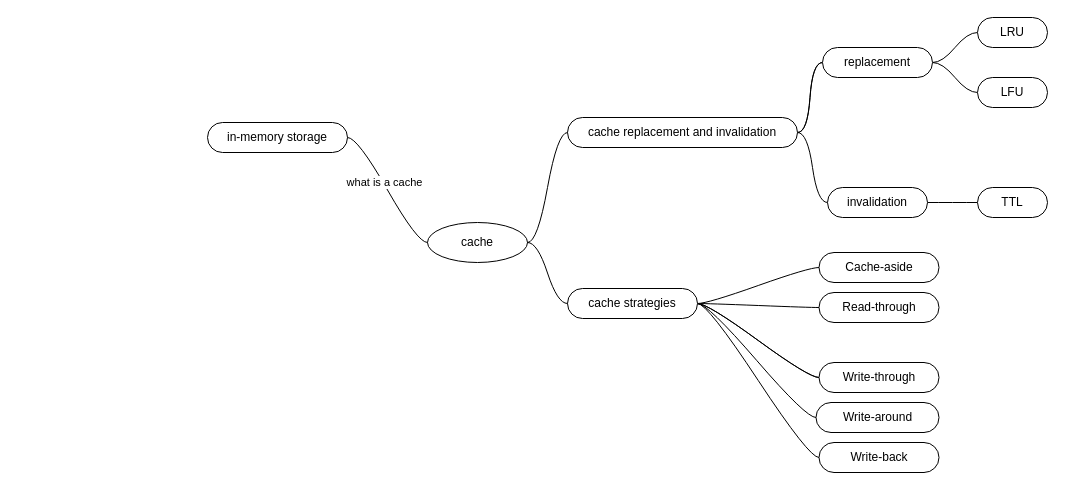
sameermeher/mindmaps keeps this draw.io diagram as Caching Concepts.drawio. Above is the earlier version. Source tidied: cells renumbered, new cells numbered last; positions are measured from the earlier drawing's top-left corner, leaving out a move shared by most shapes. Both pictures are drawn from the tidied source at 100%, with x=0, y=0 at pixel (207, 17).
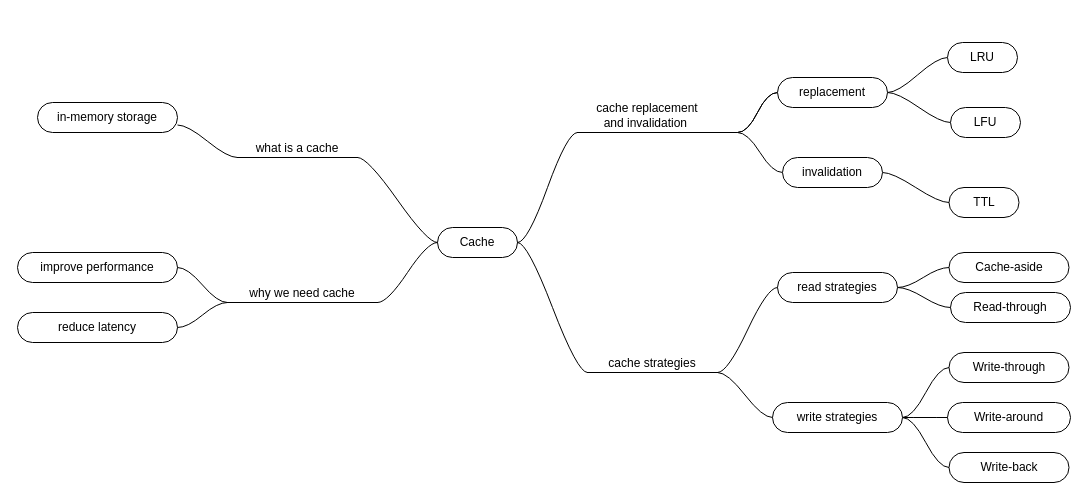
The same diagram, later.

Change to the diagram source:
```diff
@@
     <mxCell id="2" value="in-memory storage" style="whiteSpace=wrap;html=1;rounded=1;arcSize=50;align=center;verticalAlign=middle;strokeWidth=1;spacing=4;newEdgeStyle={&quot;edgeStyle&quot;:&quot;entityRelationEdgeStyle&quot;,&quot;startArrow&quot;:&quot;none&quot;,&quot;endArrow&quot;:&quot;none&quot;,&quot;segment&quot;:10,&quot;curved&quot;:1,&quot;sourcePerimeterSpacing&quot;:0,&quot;targetPerimeterSpacing&quot;:0};" parent="1" vertex="1">
-      <mxGeometry y="105" width="140" height="30" as="geometry" />
+      <mxGeometry x="-170" y="85" width="140" height="30" as="geometry" />
     </mxCell>
     <mxCell id="3" style="swimlane;startSize=20;horizontal=1;containerType=tree;strokeColor=none;fillColor=default;" parent="1" vertex="1">
-      <mxGeometry x="60" y="145" width="420" height="126" as="geometry" />
+      <mxGeometry x="60" y="145" width="470" height="210" as="geometry" />
     </mxCell>
+    <mxCell id="33" style="edgeStyle=entityRelationEdgeStyle;rounded=0;jettySize=auto;html=1;startArrow=none;endArrow=none;segment=10;curved=1;sourcePerimeterSpacing=0;targetPerimeterSpacing=0;entryX=1;entryY=1;entryDx=0;entryDy=0;" parent="3" edge="1" source="4" target="34">
+      <mxGeometry relative="1" as="geometry" />
+    </mxCell>
-    <mxCell id="4" value="cache" style="ellipse;whiteSpace=wrap;html=1;align=center;newEdgeStyle={&quot;edgeStyle&quot;:&quot;entityRelationEdgeStyle&quot;,&quot;startArrow&quot;:&quot;none&quot;,&quot;endArrow&quot;:&quot;none&quot;,&quot;segment&quot;:10,&quot;curved&quot;:1,&quot;sourcePerimeterSpacing&quot;:0,&quot;targetPerimeterSpacing&quot;:0};shadow=0;noLabel=0;" parent="3" vertex="1">
-      <mxGeometry x="160" y="60" width="100" height="40" as="geometry" />
+    <mxCell id="4" value="Cache" style="whiteSpace=wrap;html=1;rounded=1;arcSize=50;align=center;verticalAlign=middle;strokeWidth=1;spacing=4;newEdgeStyle={&quot;edgeStyle&quot;:&quot;entityRelationEdgeStyle&quot;,&quot;startArrow&quot;:&quot;none&quot;,&quot;endArrow&quot;:&quot;none&quot;,&quot;segment&quot;:10,&quot;curved&quot;:1,&quot;sourcePerimeterSpacing&quot;:0,&quot;targetPerimeterSpacing&quot;:0};" parent="3" vertex="1">
+      <mxGeometry x="170" y="65" width="80" height="30" as="geometry" />
     </mxCell>
-    <mxCell id="5" style="edgeStyle=entityRelationEdgeStyle;startArrow=none;endArrow=none;segment=10;curved=1;sourcePerimeterSpacing=0;targetPerimeterSpacing=0;rounded=0;" parent="1" edge="1" source="4" target="2">
-      <mxGeometry relative="1" as="geometry" />
-    </mxCell>
-    <mxCell id="6" value="what is a cache" style="edgeLabel;html=1;align=center;verticalAlign=middle;points=[];" parent="5" vertex="1">
-      <mxGeometry x="0.12" y="-1" relative="1" as="geometry" />
-    </mxCell>
+    <mxCell id="26" value="cache strategies" style="whiteSpace=wrap;html=1;shape=partialRectangle;top=0;left=0;bottom=1;right=0;points=[[0,1],[1,1]];fillColor=none;align=center;verticalAlign=bottom;routingCenterY=0.5;snapToPoint=1;newEdgeStyle={&quot;edgeStyle&quot;:&quot;entityRelationEdgeStyle&quot;,&quot;startArrow&quot;:&quot;none&quot;,&quot;endArrow&quot;:&quot;none&quot;,&quot;segment&quot;:10,&quot;curved&quot;:1,&quot;sourcePerimeterSpacing&quot;:0,&quot;targetPerimeterSpacing&quot;:0};" parent="3" vertex="1">
+      <mxGeometry x="320" y="180" width="130" height="30" as="geometry" />
+    </mxCell>
+    <mxCell id="27" style="edgeStyle=entityRelationEdgeStyle;rounded=0;jettySize=auto;html=1;startArrow=none;endArrow=none;segment=10;curved=1;sourcePerimeterSpacing=0;targetPerimeterSpacing=0;entryX=0;entryY=1;entryDx=0;entryDy=0;" parent="3" edge="1" source="4" target="26">
+      <mxGeometry relative="1" as="geometry" />
+    </mxCell>
+    <mxCell id="34" value="why we need cache" style="whiteSpace=wrap;html=1;shape=partialRectangle;top=0;left=0;bottom=1;right=0;points=[[0,1],[1,1]];fillColor=none;align=center;verticalAlign=bottom;routingCenterY=0.5;snapToPoint=1;newEdgeStyle={&quot;edgeStyle&quot;:&quot;entityRelationEdgeStyle&quot;,&quot;startArrow&quot;:&quot;none&quot;,&quot;endArrow&quot;:&quot;none&quot;,&quot;segment&quot;:10,&quot;curved&quot;:1,&quot;sourcePerimeterSpacing&quot;:0,&quot;targetPerimeterSpacing&quot;:0};" parent="3" vertex="1">
+      <mxGeometry x="-40" y="110" width="150" height="30" as="geometry" />
+    </mxCell>
-    <mxCell id="7" style="edgeStyle=entityRelationEdgeStyle;rounded=0;jettySize=auto;html=1;startArrow=none;endArrow=none;segment=10;curved=1;sourcePerimeterSpacing=0;targetPerimeterSpacing=0;" parent="1" edge="1" source="10" target="14">
-      <mxGeometry relative="1" as="geometry" />
+    <mxCell id="7" style="edgeStyle=entityRelationEdgeStyle;rounded=0;jettySize=auto;html=1;startArrow=none;endArrow=none;segment=10;curved=1;sourcePerimeterSpacing=0;targetPerimeterSpacing=0;" parent="1" edge="1" target="14">
+      <mxGeometry relative="1" as="geometry">
+        <mxPoint x="530" y="115" as="sourcePoint" />
+      </mxGeometry>
     </mxCell>
-    <mxCell id="8" style="edgeStyle=entityRelationEdgeStyle;rounded=0;jettySize=auto;html=1;startArrow=none;endArrow=none;segment=10;curved=1;sourcePerimeterSpacing=0;targetPerimeterSpacing=0;" parent="1" edge="1" source="10" target="14">
-      <mxGeometry relative="1" as="geometry" />
+    <mxCell id="8" style="edgeStyle=entityRelationEdgeStyle;rounded=0;jettySize=auto;html=1;startArrow=none;endArrow=none;segment=10;curved=1;sourcePerimeterSpacing=0;targetPerimeterSpacing=0;" parent="1" edge="1" target="14">
+      <mxGeometry relative="1" as="geometry">
+        <mxPoint x="530" y="115" as="sourcePoint" />
+      </mxGeometry>
     </mxCell>
-    <mxCell id="9" style="edgeStyle=entityRelationEdgeStyle;rounded=0;jettySize=auto;html=1;startArrow=none;endArrow=none;segment=10;curved=1;sourcePerimeterSpacing=0;targetPerimeterSpacing=0;" parent="1" edge="1" source="10" target="16">
-      <mxGeometry relative="1" as="geometry" />
+    <mxCell id="9" style="edgeStyle=entityRelationEdgeStyle;rounded=0;jettySize=auto;html=1;startArrow=none;endArrow=none;segment=10;curved=1;sourcePerimeterSpacing=0;targetPerimeterSpacing=0;" parent="1" edge="1" target="16">
+      <mxGeometry relative="1" as="geometry">
+        <mxPoint x="530" y="115" as="sourcePoint" />
+      </mxGeometry>
     </mxCell>
-    <mxCell id="10" value="cache replacement and invalidation" style="whiteSpace=wrap;html=1;rounded=1;arcSize=50;align=center;verticalAlign=middle;strokeWidth=1;spacing=4;newEdgeStyle={&quot;edgeStyle&quot;:&quot;entityRelationEdgeStyle&quot;,&quot;startArrow&quot;:&quot;none&quot;,&quot;endArrow&quot;:&quot;none&quot;,&quot;segment&quot;:10,&quot;curved&quot;:1,&quot;sourcePerimeterSpacing&quot;:0,&quot;targetPerimeterSpacing&quot;:0};" parent="1" vertex="1">
-      <mxGeometry x="360" y="100" width="230" height="30" as="geometry" />
-    </mxCell>
-    <mxCell id="11" style="edgeStyle=entityRelationEdgeStyle;startArrow=none;endArrow=none;segment=10;curved=1;sourcePerimeterSpacing=0;targetPerimeterSpacing=0;rounded=0;" parent="1" edge="1" source="4" target="10">
-      <mxGeometry relative="1" as="geometry" />
-    </mxCell>
@@
     <mxCell id="14" value="replacement" style="whiteSpace=wrap;html=1;rounded=1;arcSize=50;align=center;verticalAlign=middle;strokeWidth=1;spacing=4;newEdgeStyle={&quot;edgeStyle&quot;:&quot;entityRelationEdgeStyle&quot;,&quot;startArrow&quot;:&quot;none&quot;,&quot;endArrow&quot;:&quot;none&quot;,&quot;segment&quot;:10,&quot;curved&quot;:1,&quot;sourcePerimeterSpacing&quot;:0,&quot;targetPerimeterSpacing&quot;:0};" parent="1" vertex="1">
-      <mxGeometry x="615" y="30" width="110" height="30" as="geometry" />
+      <mxGeometry x="570" y="60" width="110" height="30" as="geometry" />
     </mxCell>
@@
     <mxCell id="16" value="invalidation" style="whiteSpace=wrap;html=1;rounded=1;arcSize=50;align=center;verticalAlign=middle;strokeWidth=1;spacing=4;newEdgeStyle={&quot;edgeStyle&quot;:&quot;entityRelationEdgeStyle&quot;,&quot;startArrow&quot;:&quot;none&quot;,&quot;endArrow&quot;:&quot;none&quot;,&quot;segment&quot;:10,&quot;curved&quot;:1,&quot;sourcePerimeterSpacing&quot;:0,&quot;targetPerimeterSpacing&quot;:0};" parent="1" vertex="1">
-      <mxGeometry x="620" y="170" width="100" height="30" as="geometry" />
+      <mxGeometry x="575" y="140" width="100" height="30" as="geometry" />
     </mxCell>
     <mxCell id="17" value="LRU" style="whiteSpace=wrap;html=1;rounded=1;arcSize=50;align=center;verticalAlign=middle;strokeWidth=1;spacing=4;newEdgeStyle={&quot;edgeStyle&quot;:&quot;entityRelationEdgeStyle&quot;,&quot;startArrow&quot;:&quot;none&quot;,&quot;endArrow&quot;:&quot;none&quot;,&quot;segment&quot;:10,&quot;curved&quot;:1,&quot;sourcePerimeterSpacing&quot;:0,&quot;targetPerimeterSpacing&quot;:0};" parent="1" vertex="1">
-      <mxGeometry x="770" width="70" height="30" as="geometry" />
+      <mxGeometry x="740" y="25" width="70" height="30" as="geometry" />
     </mxCell>
     <mxCell id="18" value="LFU" style="whiteSpace=wrap;html=1;rounded=1;arcSize=50;align=center;verticalAlign=middle;strokeWidth=1;spacing=4;newEdgeStyle={&quot;edgeStyle&quot;:&quot;entityRelationEdgeStyle&quot;,&quot;startArrow&quot;:&quot;none&quot;,&quot;endArrow&quot;:&quot;none&quot;,&quot;segment&quot;:10,&quot;curved&quot;:1,&quot;sourcePerimeterSpacing&quot;:0,&quot;targetPerimeterSpacing&quot;:0};" parent="1" vertex="1">
-      <mxGeometry x="770" y="60" width="70" height="30" as="geometry" />
+      <mxGeometry x="743" y="90" width="70" height="30" as="geometry" />
     </mxCell>
     <mxCell id="19" value="TTL" style="whiteSpace=wrap;html=1;rounded=1;arcSize=50;align=center;verticalAlign=middle;strokeWidth=1;spacing=4;newEdgeStyle={&quot;edgeStyle&quot;:&quot;entityRelationEdgeStyle&quot;,&quot;startArrow&quot;:&quot;none&quot;,&quot;endArrow&quot;:&quot;none&quot;,&quot;segment&quot;:10,&quot;curved&quot;:1,&quot;sourcePerimeterSpacing&quot;:0,&quot;targetPerimeterSpacing&quot;:0};" parent="1" vertex="1">
-      <mxGeometry x="770" y="170" width="70" height="30" as="geometry" />
+      <mxGeometry x="741.5" y="170" width="70" height="30" as="geometry" />
     </mxCell>
-    <mxCell id="20" style="edgeStyle=entityRelationEdgeStyle;rounded=0;jettySize=auto;html=1;startArrow=none;endArrow=none;segment=10;curved=1;sourcePerimeterSpacing=0;targetPerimeterSpacing=0;" parent="1" edge="1" source="26" target="28">
-      <mxGeometry relative="1" as="geometry" />
-    </mxCell>
-    <mxCell id="21" style="edgeStyle=entityRelationEdgeStyle;rounded=0;jettySize=auto;html=1;startArrow=none;endArrow=none;segment=10;curved=1;sourcePerimeterSpacing=0;targetPerimeterSpacing=0;" parent="1" edge="1" source="26" target="29">
-      <mxGeometry relative="1" as="geometry" />
-    </mxCell>
-    <mxCell id="22" style="edgeStyle=entityRelationEdgeStyle;rounded=0;jettySize=auto;html=1;startArrow=none;endArrow=none;segment=10;curved=1;sourcePerimeterSpacing=0;targetPerimeterSpacing=0;" parent="1" edge="1" source="26" target="29">
-      <mxGeometry relative="1" as="geometry" />
-    </mxCell>
-    <mxCell id="23" style="edgeStyle=entityRelationEdgeStyle;rounded=0;jettySize=auto;html=1;startArrow=none;endArrow=none;segment=10;curved=1;sourcePerimeterSpacing=0;targetPerimeterSpacing=0;" parent="1" edge="1" source="26" target="30">
-      <mxGeometry relative="1" as="geometry" />
-    </mxCell>
-    <mxCell id="24" style="edgeStyle=entityRelationEdgeStyle;rounded=0;jettySize=auto;html=1;startArrow=none;endArrow=none;segment=10;curved=1;sourcePerimeterSpacing=0;targetPerimeterSpacing=0;" parent="1" edge="1" source="26" target="31">
-      <mxGeometry relative="1" as="geometry" />
-    </mxCell>
-    <mxCell id="25" style="edgeStyle=entityRelationEdgeStyle;rounded=0;jettySize=auto;html=1;startArrow=none;endArrow=none;segment=10;curved=1;sourcePerimeterSpacing=0;targetPerimeterSpacing=0;" parent="1" edge="1" source="26" target="32">
-      <mxGeometry relative="1" as="geometry" />
-    </mxCell>
-    <mxCell id="26" value="cache strategies" style="whiteSpace=wrap;html=1;rounded=1;arcSize=50;align=center;verticalAlign=middle;strokeWidth=1;spacing=4;newEdgeStyle={&quot;edgeStyle&quot;:&quot;entityRelationEdgeStyle&quot;,&quot;startArrow&quot;:&quot;none&quot;,&quot;endArrow&quot;:&quot;none&quot;,&quot;segment&quot;:10,&quot;curved&quot;:1,&quot;sourcePerimeterSpacing&quot;:0,&quot;targetPerimeterSpacing&quot;:0};" parent="1" vertex="1">
-      <mxGeometry x="360" y="271" width="130" height="30" as="geometry" />
-    </mxCell>
-    <mxCell id="27" style="edgeStyle=entityRelationEdgeStyle;rounded=0;jettySize=auto;html=1;startArrow=none;endArrow=none;segment=10;curved=1;sourcePerimeterSpacing=0;targetPerimeterSpacing=0;entryX=0;entryY=0.5;entryDx=0;entryDy=0;" parent="1" edge="1" source="4" target="26">
-      <mxGeometry relative="1" as="geometry" />
-    </mxCell>
     <mxCell id="28" value="Cache-aside" style="whiteSpace=wrap;html=1;rounded=1;arcSize=50;align=center;verticalAlign=middle;strokeWidth=1;spacing=4;newEdgeStyle={&quot;edgeStyle&quot;:&quot;entityRelationEdgeStyle&quot;,&quot;startArrow&quot;:&quot;none&quot;,&quot;endArrow&quot;:&quot;none&quot;,&quot;segment&quot;:10,&quot;curved&quot;:1,&quot;sourcePerimeterSpacing&quot;:0,&quot;targetPerimeterSpacing&quot;:0};" parent="1" vertex="1">
-      <mxGeometry x="611.5" y="235" width="120" height="30" as="geometry" />
+      <mxGeometry x="741.5" y="235" width="120" height="30" as="geometry" />
     </mxCell>
     <mxCell id="29" value="Write-through" style="whiteSpace=wrap;html=1;rounded=1;arcSize=50;align=center;verticalAlign=middle;strokeWidth=1;spacing=4;newEdgeStyle={&quot;edgeStyle&quot;:&quot;entityRelationEdgeStyle&quot;,&quot;startArrow&quot;:&quot;none&quot;,&quot;endArrow&quot;:&quot;none&quot;,&quot;segment&quot;:10,&quot;curved&quot;:1,&quot;sourcePerimeterSpacing&quot;:0,&quot;targetPerimeterSpacing&quot;:0};" parent="1" vertex="1">
-      <mxGeometry x="611.5" y="345" width="120" height="30" as="geometry" />
+      <mxGeometry x="741.5" y="335" width="120" height="30" as="geometry" />
     </mxCell>
     <mxCell id="30" value="Write-around" style="whiteSpace=wrap;html=1;rounded=1;arcSize=50;align=center;verticalAlign=middle;strokeWidth=1;spacing=4;newEdgeStyle={&quot;edgeStyle&quot;:&quot;entityRelationEdgeStyle&quot;,&quot;startArrow&quot;:&quot;none&quot;,&quot;endArrow&quot;:&quot;none&quot;,&quot;segment&quot;:10,&quot;curved&quot;:1,&quot;sourcePerimeterSpacing&quot;:0,&quot;targetPerimeterSpacing&quot;:0};" parent="1" vertex="1">
-      <mxGeometry x="608.5" y="385" width="123" height="30" as="geometry" />
+      <mxGeometry x="740" y="385" width="123" height="30" as="geometry" />
     </mxCell>
     <mxCell id="31" value="Write-back" style="whiteSpace=wrap;html=1;rounded=1;arcSize=50;align=center;verticalAlign=middle;strokeWidth=1;spacing=4;newEdgeStyle={&quot;edgeStyle&quot;:&quot;entityRelationEdgeStyle&quot;,&quot;startArrow&quot;:&quot;none&quot;,&quot;endArrow&quot;:&quot;none&quot;,&quot;segment&quot;:10,&quot;curved&quot;:1,&quot;sourcePerimeterSpacing&quot;:0,&quot;targetPerimeterSpacing&quot;:0};" parent="1" vertex="1">
-      <mxGeometry x="611.5" y="425" width="120" height="30" as="geometry" />
+      <mxGeometry x="741.5" y="435" width="120" height="30" as="geometry" />
     </mxCell>
     <mxCell id="32" value="Read-through" style="whiteSpace=wrap;html=1;rounded=1;arcSize=50;align=center;verticalAlign=middle;strokeWidth=1;spacing=4;newEdgeStyle={&quot;edgeStyle&quot;:&quot;entityRelationEdgeStyle&quot;,&quot;startArrow&quot;:&quot;none&quot;,&quot;endArrow&quot;:&quot;none&quot;,&quot;segment&quot;:10,&quot;curved&quot;:1,&quot;sourcePerimeterSpacing&quot;:0,&quot;targetPerimeterSpacing&quot;:0};" parent="1" vertex="1">
-      <mxGeometry x="611.5" y="275" width="120" height="30" as="geometry" />
+      <mxGeometry x="743" y="275" width="120" height="30" as="geometry" />
     </mxCell>
+    <mxCell id="35" value="improve performance" style="whiteSpace=wrap;html=1;rounded=1;arcSize=50;align=center;verticalAlign=middle;strokeWidth=1;spacing=4;newEdgeStyle={&quot;edgeStyle&quot;:&quot;entityRelationEdgeStyle&quot;,&quot;startArrow&quot;:&quot;none&quot;,&quot;endArrow&quot;:&quot;none&quot;,&quot;segment&quot;:10,&quot;curved&quot;:1,&quot;sourcePerimeterSpacing&quot;:0,&quot;targetPerimeterSpacing&quot;:0};" parent="1" vertex="1">
+      <mxGeometry x="-190" y="235" width="160" height="30" as="geometry" />
+    </mxCell>
+    <mxCell id="36" value="reduce latency" style="whiteSpace=wrap;html=1;rounded=1;arcSize=50;align=center;verticalAlign=middle;strokeWidth=1;spacing=4;newEdgeStyle={&quot;edgeStyle&quot;:&quot;entityRelationEdgeStyle&quot;,&quot;startArrow&quot;:&quot;none&quot;,&quot;endArrow&quot;:&quot;none&quot;,&quot;segment&quot;:10,&quot;curved&quot;:1,&quot;sourcePerimeterSpacing&quot;:0,&quot;targetPerimeterSpacing&quot;:0};" parent="1" vertex="1">
+      <mxGeometry x="-190" y="295" width="160" height="30" as="geometry" />
+    </mxCell>
+    <mxCell id="37" style="edgeStyle=entityRelationEdgeStyle;rounded=0;jettySize=auto;html=1;startArrow=none;endArrow=none;segment=10;curved=1;sourcePerimeterSpacing=0;targetPerimeterSpacing=0;" parent="1" edge="1" source="4" target="6">
+      <mxGeometry relative="1" as="geometry" />
+    </mxCell>
+    <mxCell id="38" style="edgeStyle=entityRelationEdgeStyle;rounded=0;jettySize=auto;html=1;startArrow=none;endArrow=none;segment=10;curved=1;sourcePerimeterSpacing=0;targetPerimeterSpacing=0;exitX=1;exitY=1;exitDx=0;exitDy=0;" parent="1" edge="1" source="10">
+      <mxGeometry relative="1" as="geometry">
+        <mxPoint x="530" y="115" as="targetPoint" />
+      </mxGeometry>
+    </mxCell>
+    <mxCell id="10" value="cache replacement &lt;br&gt;and invalidation&amp;nbsp;" style="whiteSpace=wrap;html=1;shape=partialRectangle;top=0;left=0;bottom=1;right=0;points=[[0,1],[1,1]];fillColor=none;align=center;verticalAlign=bottom;routingCenterY=0.5;snapToPoint=1;newEdgeStyle={&quot;edgeStyle&quot;:&quot;entityRelationEdgeStyle&quot;,&quot;startArrow&quot;:&quot;none&quot;,&quot;endArrow&quot;:&quot;none&quot;,&quot;segment&quot;:10,&quot;curved&quot;:1,&quot;sourcePerimeterSpacing&quot;:0,&quot;targetPerimeterSpacing&quot;:0};" parent="1" vertex="1">
+      <mxGeometry x="370" y="75" width="140" height="40" as="geometry" />
+    </mxCell>
+    <mxCell id="11" style="edgeStyle=entityRelationEdgeStyle;rounded=0;jettySize=auto;html=1;startArrow=none;endArrow=none;segment=10;curved=1;sourcePerimeterSpacing=0;targetPerimeterSpacing=0;entryX=0;entryY=1;entryDx=0;entryDy=0;" parent="1" edge="1" source="4" target="10">
+      <mxGeometry relative="1" as="geometry" />
+    </mxCell>
+    <mxCell id="39" style="edgeStyle=entityRelationEdgeStyle;rounded=0;jettySize=auto;html=1;startArrow=none;endArrow=none;segment=10;curved=1;sourcePerimeterSpacing=0;targetPerimeterSpacing=0;entryX=0;entryY=0.5;entryDx=0;entryDy=0;" parent="1" edge="1" source="41" target="28">
+      <mxGeometry relative="1" as="geometry" />
+    </mxCell>
+    <mxCell id="40" style="edgeStyle=entityRelationEdgeStyle;rounded=0;jettySize=auto;html=1;startArrow=none;endArrow=none;segment=10;curved=1;sourcePerimeterSpacing=0;targetPerimeterSpacing=0;entryX=0;entryY=0.5;entryDx=0;entryDy=0;" parent="1" edge="1" source="41" target="32">
+      <mxGeometry relative="1" as="geometry" />
+    </mxCell>
+    <mxCell id="41" value="read strategies" style="whiteSpace=wrap;html=1;rounded=1;arcSize=50;align=center;verticalAlign=middle;strokeWidth=1;spacing=4;newEdgeStyle={&quot;edgeStyle&quot;:&quot;entityRelationEdgeStyle&quot;,&quot;startArrow&quot;:&quot;none&quot;,&quot;endArrow&quot;:&quot;none&quot;,&quot;segment&quot;:10,&quot;curved&quot;:1,&quot;sourcePerimeterSpacing&quot;:0,&quot;targetPerimeterSpacing&quot;:0};" parent="1" vertex="1">
+      <mxGeometry x="570" y="255" width="120" height="30" as="geometry" />
+    </mxCell>
+    <mxCell id="42" style="edgeStyle=entityRelationEdgeStyle;rounded=0;jettySize=auto;html=1;startArrow=none;endArrow=none;segment=10;curved=1;sourcePerimeterSpacing=0;targetPerimeterSpacing=0;entryX=0;entryY=0.5;entryDx=0;entryDy=0;" parent="1" edge="1" source="45" target="29">
+      <mxGeometry relative="1" as="geometry" />
+    </mxCell>
+    <mxCell id="43" style="edgeStyle=entityRelationEdgeStyle;rounded=0;jettySize=auto;html=1;startArrow=none;endArrow=none;segment=10;curved=1;sourcePerimeterSpacing=0;targetPerimeterSpacing=0;entryX=0;entryY=0.5;entryDx=0;entryDy=0;" parent="1" edge="1" source="45" target="30">
+      <mxGeometry relative="1" as="geometry" />
+    </mxCell>
+    <mxCell id="44" style="edgeStyle=entityRelationEdgeStyle;rounded=0;jettySize=auto;html=1;startArrow=none;endArrow=none;segment=10;curved=1;sourcePerimeterSpacing=0;targetPerimeterSpacing=0;entryX=0;entryY=0.5;entryDx=0;entryDy=0;" parent="1" edge="1" source="45" target="31">
+      <mxGeometry relative="1" as="geometry" />
+    </mxCell>
+    <mxCell id="45" value="write strategies" style="whiteSpace=wrap;html=1;rounded=1;arcSize=50;align=center;verticalAlign=middle;strokeWidth=1;spacing=4;newEdgeStyle={&quot;edgeStyle&quot;:&quot;entityRelationEdgeStyle&quot;,&quot;startArrow&quot;:&quot;none&quot;,&quot;endArrow&quot;:&quot;none&quot;,&quot;segment&quot;:10,&quot;curved&quot;:1,&quot;sourcePerimeterSpacing&quot;:0,&quot;targetPerimeterSpacing&quot;:0};" parent="1" vertex="1">
+      <mxGeometry x="565" y="385" width="130" height="30" as="geometry" />
+    </mxCell>
+    <mxCell id="46" style="edgeStyle=entityRelationEdgeStyle;rounded=0;jettySize=auto;html=1;startArrow=none;endArrow=none;segment=10;curved=1;sourcePerimeterSpacing=0;targetPerimeterSpacing=0;entryX=0;entryY=0.5;entryDx=0;entryDy=0;" parent="1" edge="1" source="26" target="45">
+      <mxGeometry relative="1" as="geometry" />
+    </mxCell>
+    <mxCell id="47" style="edgeStyle=entityRelationEdgeStyle;rounded=0;jettySize=auto;html=1;startArrow=none;endArrow=none;segment=10;curved=1;sourcePerimeterSpacing=0;targetPerimeterSpacing=0;entryX=0;entryY=0.5;entryDx=0;entryDy=0;" parent="1" edge="1" source="26" target="41">
+      <mxGeometry relative="1" as="geometry" />
+    </mxCell>
+    <mxCell id="48" style="edgeStyle=entityRelationEdgeStyle;rounded=0;jettySize=auto;html=1;startArrow=none;endArrow=none;segment=10;curved=1;sourcePerimeterSpacing=0;targetPerimeterSpacing=0;entryX=1;entryY=0.75;entryDx=0;entryDy=0;" parent="1" edge="1" source="6" target="2">
+      <mxGeometry relative="1" as="geometry" />
+    </mxCell>
+    <mxCell id="6" value="what is a cache" style="whiteSpace=wrap;html=1;shape=partialRectangle;top=0;left=0;bottom=1;right=0;points=[[0,1],[1,1]];fillColor=none;align=center;verticalAlign=bottom;routingCenterY=0.5;snapToPoint=1;newEdgeStyle={&quot;edgeStyle&quot;:&quot;entityRelationEdgeStyle&quot;,&quot;startArrow&quot;:&quot;none&quot;,&quot;endArrow&quot;:&quot;none&quot;,&quot;segment&quot;:10,&quot;curved&quot;:1,&quot;sourcePerimeterSpacing&quot;:0,&quot;targetPerimeterSpacing&quot;:0};" parent="1" vertex="1">
+      <mxGeometry x="30" y="110" width="120" height="30" as="geometry" />
+    </mxCell>
+    <mxCell id="49" style="edgeStyle=entityRelationEdgeStyle;rounded=0;jettySize=auto;html=1;startArrow=none;endArrow=none;segment=10;curved=1;sourcePerimeterSpacing=0;targetPerimeterSpacing=0;entryX=1;entryY=0.5;entryDx=0;entryDy=0;" parent="1" edge="1" source="34" target="36">
+      <mxGeometry relative="1" as="geometry" />
+    </mxCell>
+    <mxCell id="50" style="edgeStyle=entityRelationEdgeStyle;rounded=0;jettySize=auto;html=1;startArrow=none;endArrow=none;segment=10;curved=1;sourcePerimeterSpacing=0;targetPerimeterSpacing=0;" parent="1" edge="1" source="34" target="35">
+      <mxGeometry relative="1" as="geometry" />
+    </mxCell>
```
